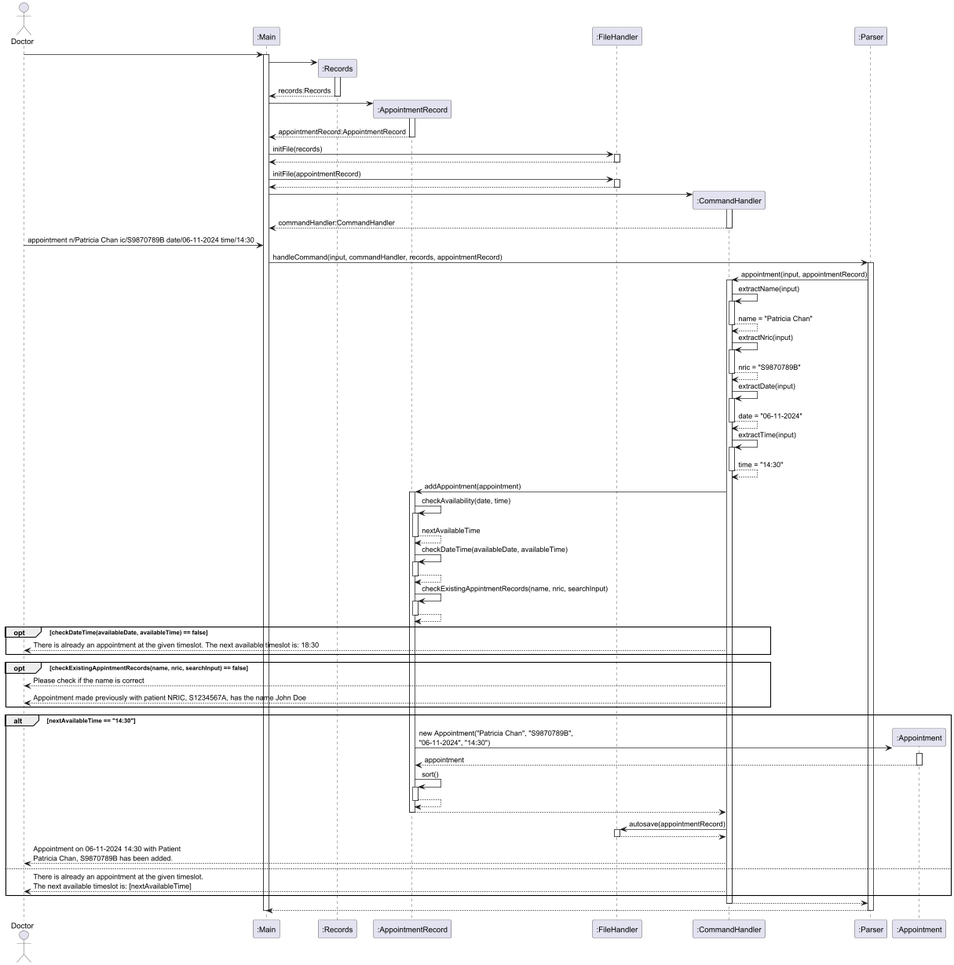
Above: docs/NewAppointmentSD.png in yentheng0110/tp (PlantUML), before the change.
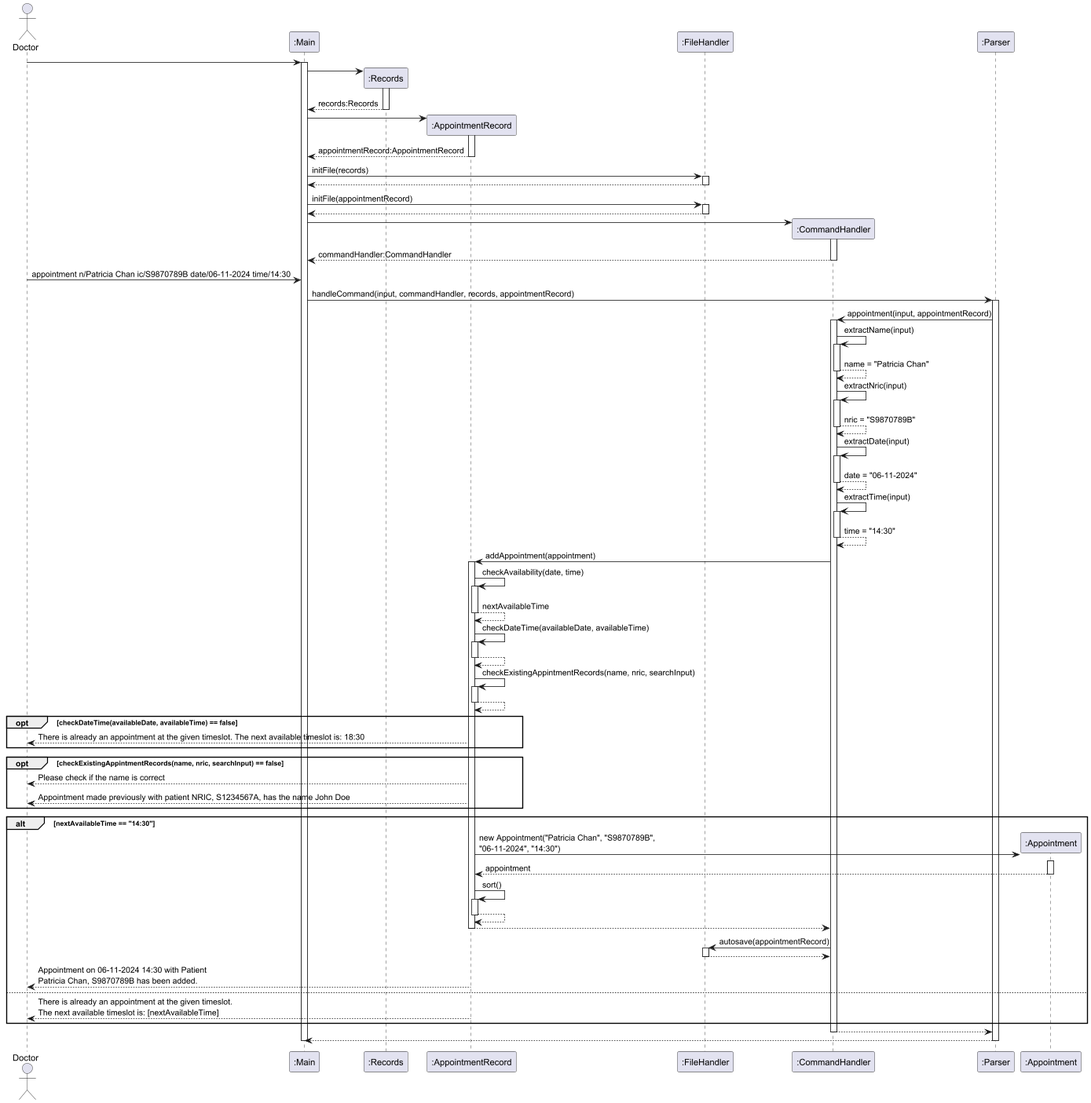
Above is the later version.

Commit message:
Fix issue of diagram for DG

What changed in the source:
```diff
@@ -48,12 +48,12 @@
 ":AppointmentRecord" --> ":AppointmentRecord" --:
 
 opt checkDateTime(availableDate, availableTime) == false
-    Doctor <-- ":CommandHandler": There is already an appointment at the given timeslot. The next available timeslot is: 18:30
+    Doctor <-- ":AppointmentRecord": There is already an appointment at the given timeslot. The next available timeslot is: 18:30
     end
 
 opt checkExistingAppintmentRecords(name, nric, searchInput) == false
-    Doctor <-- ":CommandHandler":Please check if the name is correct
-    Doctor <-- ":CommandHandler":Appointment made previously with patient NRIC, S1234567A, has the name John Doe
+    Doctor <-- ":AppointmentRecord":Please check if the name is correct
+    Doctor <-- ":AppointmentRecord":Appointment made previously with patient NRIC, S1234567A, has the name John Doe
     end
 
 alt nextAvailableTime == "14:30"
@@ -70,9 +70,9 @@
     ":CommandHandler" -> ":FileHandler" ++: autosave(appointmentRecord)
     return
 
-    Doctor <-- ":CommandHandler": Appointment on 06-11-2024 14:30 with Patient\nPatricia Chan, S9870789B has been added.
+    Doctor <-- ":AppointmentRecord": Appointment on 06-11-2024 14:30 with Patient\nPatricia Chan, S9870789B has been added.
 else
-    Doctor <-- ":CommandHandler": There is already an appointment at the given timeslot.\nThe next available timeslot is: [nextAvailableTime]
+    Doctor <-- ":AppointmentRecord": There is already an appointment at the given timeslot.\nThe next available timeslot is: [nextAvailableTime]
 end
 
 ":CommandHandler" --> ":Parser" --
```
